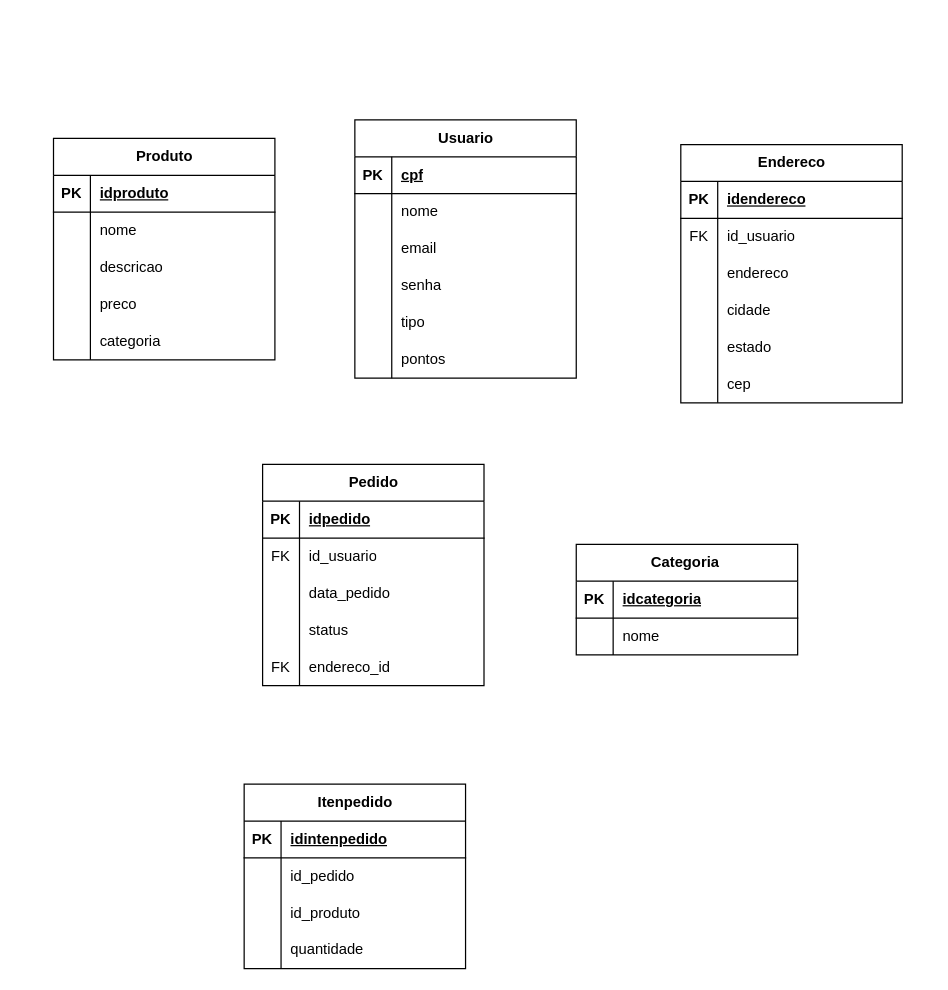
Before: BD/BD_Logico.drawio in JulioFranciscoBernardino/Julao-s_Buger, a draw.io diagram. Source tidied: cells renumbered, new cells numbered last; positions are measured from the earlier drawing's top-left corner, leaving out a move shared by most shapes. Both pictures are drawn from the tidied source at 123%, with x=0, y=0 at pixel (53, 119).
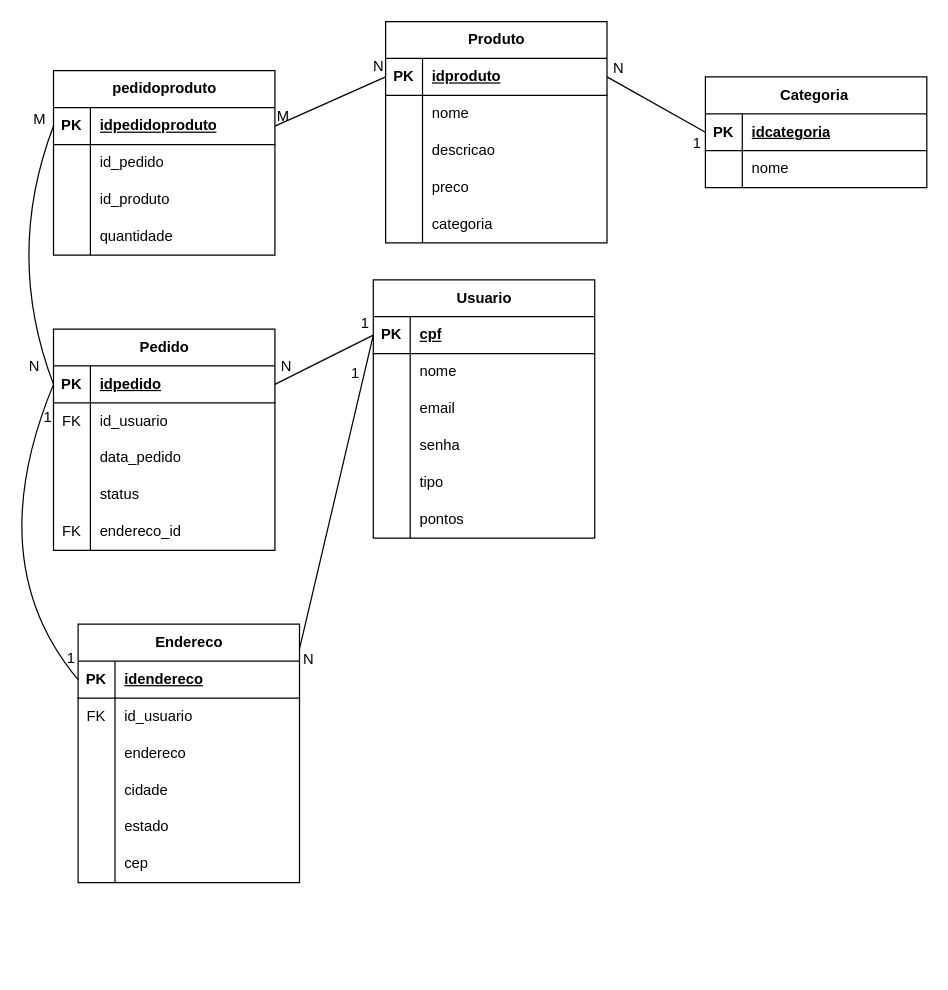
Above is the later version.

Unchanged cells that the change refers to:
```xml
<mxCell id="3" style="shape=tableRow;horizontal=0;startSize=0;swimlaneHead=0;swimlaneBody=0;fillColor=none;points=[[0,0.5],[1,0.5]];portConstraint=eastwest;top=0;left=0;right=0;bottom=1;" parent="2" vertex="1">
  <mxGeometry y="30" width="180" height="30" as="geometry" />
</mxCell>
<mxCell id="22" style="shape=tableRow;horizontal=0;startSize=0;swimlaneHead=0;swimlaneBody=0;fillColor=none;points=[[0,0.5],[1,0.5]];portConstraint=eastwest;top=0;left=0;right=0;bottom=1;" parent="21" vertex="1">
  <mxGeometry y="30" width="180" height="30" as="geometry" />
</mxCell>
<mxCell id="38" style="shape=tableRow;horizontal=0;startSize=0;swimlaneHead=0;swimlaneBody=0;fillColor=none;points=[[0,0.5],[1,0.5]];portConstraint=eastwest;top=0;left=0;right=0;bottom=1;" parent="37" vertex="1">
  <mxGeometry y="30" width="180" height="30" as="geometry" />
</mxCell>
<mxCell id="57" style="shape=tableRow;horizontal=0;startSize=0;swimlaneHead=0;swimlaneBody=0;fillColor=none;points=[[0,0.5],[1,0.5]];portConstraint=eastwest;top=0;left=0;right=0;bottom=1;" parent="56" vertex="1">
  <mxGeometry y="30" width="180" height="30" as="geometry" />
</mxCell>
<mxCell id="73" style="shape=tableRow;horizontal=0;startSize=0;swimlaneHead=0;swimlaneBody=0;fillColor=none;points=[[0,0.5],[1,0.5]];portConstraint=eastwest;top=0;left=0;right=0;bottom=1;" parent="72" vertex="1">
  <mxGeometry y="30" width="180" height="30" as="geometry" />
</mxCell>
<mxCell id="80" style="shape=tableRow;horizontal=0;startSize=0;swimlaneHead=0;swimlaneBody=0;fillColor=none;points=[[0,0.5],[1,0.5]];portConstraint=eastwest;top=0;left=0;right=0;bottom=1;" parent="79" vertex="1">
  <mxGeometry y="30" width="180" height="30" as="geometry" />
</mxCell>
```

What changed in the source:
```diff
@@
     <mxCell id="2" value="Usuario" style="shape=table;startSize=30;childLayout=tableLayout;rowLines=0;fontStyle=1;align=center;html=1;" parent="1" vertex="1">
-      <mxGeometry x="245" width="180" height="210" as="geometry" />
+      <mxGeometry x="260" y="130" width="180" height="210" as="geometry" />
     </mxCell>
@@
     <mxCell id="21" value="Produto" style="shape=table;startSize=30;childLayout=tableLayout;rowLines=0;fontStyle=1;align=center;html=1;" parent="1" vertex="1">
-      <mxGeometry y="15" width="180" height="180" as="geometry" />
+      <mxGeometry x="270" y="-80" width="180" height="180" as="geometry" />
     </mxCell>
@@
     <mxCell id="37" value="Endereco" style="shape=table;startSize=30;childLayout=tableLayout;rowLines=0;fontStyle=1;align=center;html=1;" parent="1" vertex="1">
-      <mxGeometry x="510" y="20" width="180" height="210" as="geometry" />
+      <mxGeometry x="20" y="410" width="180" height="210" as="geometry" />
     </mxCell>
@@
     <mxCell id="56" value="Pedido" style="shape=table;startSize=30;childLayout=tableLayout;rowLines=0;fontStyle=1;align=center;html=1;" parent="1" vertex="1">
-      <mxGeometry x="170" y="280" width="180" height="180" as="geometry" />
+      <mxGeometry y="170" width="180" height="180" as="geometry" />
     </mxCell>
@@
     <mxCell id="72" value="Categoria&amp;nbsp;" style="shape=table;startSize=30;childLayout=tableLayout;rowLines=0;fontStyle=1;align=center;html=1;" parent="1" vertex="1">
-      <mxGeometry x="425" y="345" width="180" height="90" as="geometry" />
+      <mxGeometry x="530" y="-35" width="180" height="90" as="geometry" />
     </mxCell>
@@
-    <mxCell id="79" value="Itenpedido" style="shape=table;startSize=30;childLayout=tableLayout;rowLines=0;fontStyle=1;align=center;html=1;" parent="1" vertex="1">
-      <mxGeometry x="155" y="540" width="180" height="150" as="geometry" />
+    <mxCell id="79" value="pedidoproduto" style="shape=table;startSize=30;childLayout=tableLayout;rowLines=0;fontStyle=1;align=center;html=1;" parent="1" vertex="1">
+      <mxGeometry y="-40" width="180" height="150" as="geometry" />
     </mxCell>
@@
-    <mxCell id="82" value="idintenpedido" style="shape=partialRectangle;fillColor=none;top=0;left=0;bottom=0;right=0;align=left;spacingLeft=6;fontStyle=5;overflow=hidden;whiteSpace=wrap;html=1;" parent="80" vertex="1">
+    <mxCell id="82" value="idpedidoproduto" style="shape=partialRectangle;fillColor=none;top=0;left=0;bottom=0;right=0;align=left;spacingLeft=6;fontStyle=5;overflow=hidden;whiteSpace=wrap;html=1;" parent="80" vertex="1">
       <mxGeometry x="30" width="150" height="30" as="geometry" />
     </mxCell>
@@
+    <mxCell id="92" style="endArrow=none;html=1;rounded=0;fontSize=12;startSize=8;endSize=8;curved=1;exitX=1;exitY=0.5;exitDx=0;exitDy=0;entryX=0;entryY=0.5;entryDx=0;entryDy=0;" parent="1" edge="1" source="22" target="73">
+      <mxGeometry relative="1" as="geometry" />
+    </mxCell>
+    <mxCell id="93" style="endArrow=none;html=1;rounded=0;fontSize=12;startSize=8;endSize=8;curved=1;entryX=0;entryY=0.5;entryDx=0;entryDy=0;" parent="1" edge="1" target="3">
+      <mxGeometry relative="1" as="geometry">
+        <mxPoint x="200" y="430" as="sourcePoint" />
+      </mxGeometry>
+    </mxCell>
+    <mxCell id="94" style="endArrow=none;html=1;rounded=0;fontSize=12;startSize=8;endSize=8;curved=1;entryX=1;entryY=0.5;entryDx=0;entryDy=0;exitX=0;exitY=0.5;exitDx=0;exitDy=0;" parent="1" edge="1" source="3" target="57">
+      <mxGeometry relative="1" as="geometry" />
+    </mxCell>
+    <mxCell id="95" value="1" style="html=1;whiteSpace=wrap;align=right;verticalAlign=bottom;" parent="94" vertex="1">
+      <mxGeometry x="1" relative="1" as="geometry">
+        <mxPoint x="78" y="-41" as="offset" />
+      </mxGeometry>
+    </mxCell>
+    <mxCell id="96" style="endArrow=none;html=1;rounded=0;fontSize=12;startSize=8;endSize=8;curved=1;entryX=0;entryY=0.5;entryDx=0;entryDy=0;exitX=0;exitY=0.5;exitDx=0;exitDy=0;" parent="1" edge="1" source="57" target="38">
+      <mxGeometry relative="1" as="geometry">
+        <Array as="points">
+          <mxPoint x="-60" y="360" />
+        </Array>
+      </mxGeometry>
+    </mxCell>
+    <mxCell id="97" value="1" style="html=1;whiteSpace=wrap;align=right;verticalAlign=bottom;" parent="96" vertex="1">
+      <mxGeometry x="1" relative="1" as="geometry">
+        <mxPoint x="-1" y="-9" as="offset" />
+      </mxGeometry>
+    </mxCell>
+    <mxCell id="98" value="1" style="html=1;whiteSpace=wrap;align=right;verticalAlign=bottom;" parent="1" vertex="1">
+      <mxGeometry y="250" as="geometry" />
+    </mxCell>
+    <mxCell id="99" value="N" style="html=1;whiteSpace=wrap;align=right;verticalAlign=bottom;" parent="1" vertex="1">
+      <mxGeometry x="195" y="209" as="geometry" />
+    </mxCell>
+    <mxCell id="100" value="N" style="html=1;whiteSpace=wrap;align=right;verticalAlign=bottom;" parent="1" vertex="1">
+      <mxGeometry x="213" y="447" as="geometry" />
+    </mxCell>
+    <mxCell id="101" value="1" style="html=1;whiteSpace=wrap;align=right;verticalAlign=bottom;" parent="1" vertex="1">
+      <mxGeometry x="250.4" y="213.8" as="geometry" />
+    </mxCell>
+    <mxCell id="102" value="N" style="html=1;whiteSpace=wrap;align=right;verticalAlign=bottom;" parent="1" vertex="1">
+      <mxGeometry x="465" y="-34" as="geometry" />
+    </mxCell>
+    <mxCell id="103" value="1" style="html=1;whiteSpace=wrap;align=right;verticalAlign=bottom;" parent="1" vertex="1">
+      <mxGeometry x="528" y="27" as="geometry" />
+    </mxCell>
+    <mxCell id="104" style="endArrow=none;html=1;rounded=0;fontSize=12;startSize=8;endSize=8;curved=1;exitX=1;exitY=0.5;exitDx=0;exitDy=0;entryX=0;entryY=0.5;entryDx=0;entryDy=0;" parent="1" edge="1" source="80" target="22">
+      <mxGeometry relative="1" as="geometry" />
+    </mxCell>
+    <mxCell id="105" value="M" style="html=1;whiteSpace=wrap;align=left;verticalAlign=bottom;" parent="104" vertex="1">
+      <mxGeometry x="-1" relative="1" as="geometry" />
+    </mxCell>
+    <mxCell id="106" value="N" style="html=1;whiteSpace=wrap;align=right;verticalAlign=bottom;" parent="104" vertex="1">
+      <mxGeometry x="1" relative="1" as="geometry" />
+    </mxCell>
+    <mxCell id="107" style="endArrow=none;html=1;rounded=0;fontSize=12;startSize=8;endSize=8;curved=1;exitX=0;exitY=0.5;exitDx=0;exitDy=0;entryX=0;entryY=0.5;entryDx=0;entryDy=0;" parent="1" edge="1" source="80" target="57">
+      <mxGeometry relative="1" as="geometry">
+        <Array as="points">
+          <mxPoint x="-40" y="110" />
+        </Array>
+      </mxGeometry>
+    </mxCell>
+    <mxCell id="108" value="M" style="html=1;whiteSpace=wrap;align=left;verticalAlign=bottom;" parent="107" vertex="1">
+      <mxGeometry x="-1" relative="1" as="geometry">
+        <mxPoint x="-18" y="3" as="offset" />
+      </mxGeometry>
+    </mxCell>
+    <mxCell id="109" value="N" style="html=1;whiteSpace=wrap;align=right;verticalAlign=bottom;" parent="107" vertex="1">
+      <mxGeometry x="1" relative="1" as="geometry">
+        <mxPoint x="-10" y="-6" as="offset" />
+      </mxGeometry>
+    </mxCell>
```
